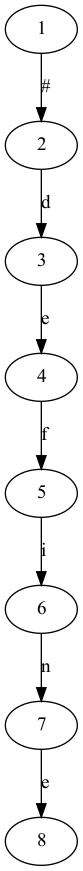
bei-ling/compiler keeps this Graphviz diagram as py_code/Digraph.gv.png. Above is the earlier version. Its source is kept beside it as py_code/Digraph.gv. Its diagram source:
```dot
digraph {
	1 -> 2 [label="#"]
	2 -> 3 [label=d]
	3 -> 4 [label=e]
	4 -> 5 [label=f]
	5 -> 6 [label=i]
	6 -> 7 [label=n]
	7 -> 8 [label=e]
	8 [label=8]
	6 [label=6]
	4 [label=4]
	2 [label=2]
	7 [label=7]
	1 [label=1]
	5 [label=5]
	3 [label=3]
}
```
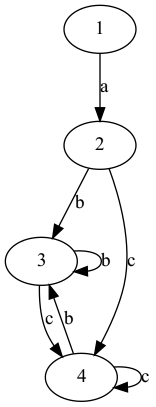
Later version of the same file.

The edit, as a diff of the source:
```diff
@@ -1,17 +1,13 @@
 digraph {
-	1 -> 2 [label="#"]
-	2 -> 3 [label=d]
-	3 -> 4 [label=e]
-	4 -> 5 [label=f]
-	5 -> 6 [label=i]
-	6 -> 7 [label=n]
-	7 -> 8 [label=e]
-	8 [label=8]
-	6 [label=6]
+	1 -> 2 [label=a]
+	2 -> 3 [label=b]
+	2 -> 4 [label=c]
+	3 -> 3 [label=b]
+	3 -> 4 [label=c]
+	4 -> 3 [label=b]
+	4 -> 4 [label=c]
+	1 [label=1]
 	4 [label=4]
+	3 [label=3]
 	2 [label=2]
-	7 [label=7]
-	1 [label=1]
-	5 [label=5]
-	3 [label=3]
 }
```
